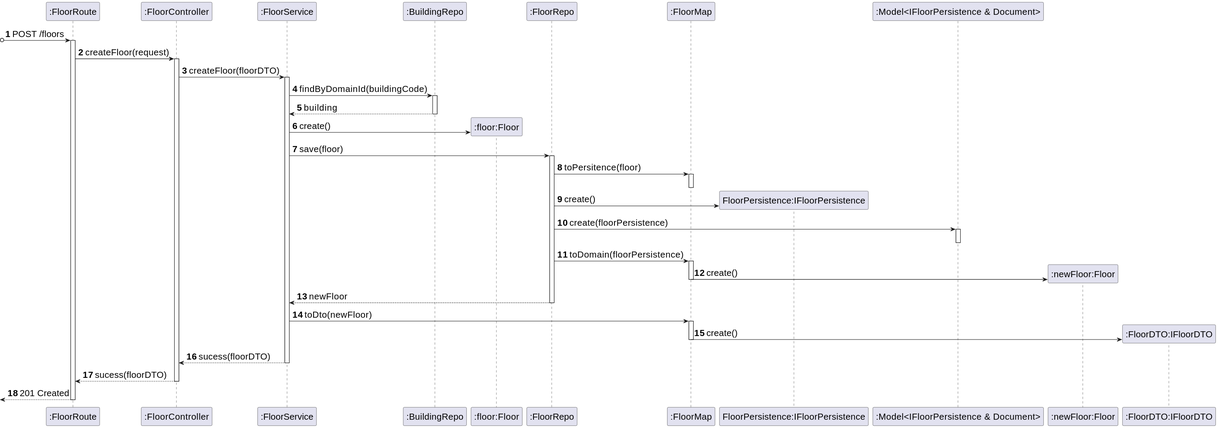
Earlier version of the PlantUML export _wiki/sprint-a/us06-200/views/level-3/assets/process-view.svg (miseEnPlace-dev/lapr5).
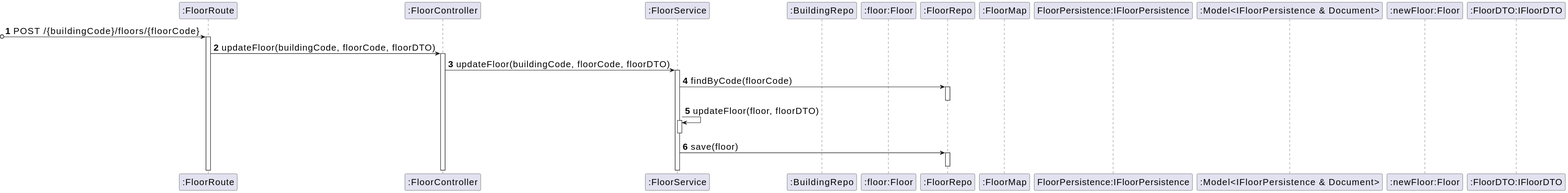
After the change.

What changed in the source:
```diff
@@ -1,53 +1,31 @@
 @startuml
 skinparamlocked defaultFontSize 20
 autonumber
-participant ROUTE as ":FloorRoute"
-participant CTRL as ":FloorController"
-participant SRV as ":FloorService"
-participant REPOBUILDING as ":BuildingRepo"
-participant FLOOR as ":floor:Floor"
-participant REPO as ":FloorRepo"
-participant MAP as ":FloorMap"
+participant route as ":FloorRoute"
+participant controller as ":FloorController"
+participant service as ":FloorService"
+participant building_repo as ":BuildingRepo"
+participant floor as ":floor:Floor"
+participant floor_repo as ":FloorRepo"
+participant map as ":FloorMap"
 participant PERS as "FloorPersistence:IFloorPersistence"
 participant MODEL as ":Model<IFloorPersistence & Document>"
 participant NBUILD as ":newFloor:Floor"
 participant DTO as ":FloorDTO:IFloorDTO"
 
-?o-> ROUTE : POST /floors
-activate ROUTE
-
-ROUTE -> CTRL : createFloor(request)
-activate CTRL
-CTRL -> SRV : createFloor(floorDTO)
-activate SRV
-SRV -> REPOBUILDING : findByDomainId(buildingCode)
-activate REPOBUILDING
-REPOBUILDING --> SRV : building
-deactivate REPOBUILDING
-SRV -> FLOOR** : create()
-SRV -> REPO : save(floor)
-activate REPO
-REPO -> MAP : toPersitence(floor)
-activate MAP
-deactivate MAP
-REPO -> PERS** : create()
-REPO -> MODEL : create(floorPersistence)
-activate MODEL
-deactivate MODEL
-REPO -> MAP : toDomain(floorPersistence)
-activate MAP
-MAP -> NBUILD** : create()
-deactivate MAP
-REPO --> SRV : newFloor
-deactivate REPO
-SRV -> MAP : toDto(newFloor)
-activate MAP
-MAP -> DTO** : create()
-deactivate MAP
-SRV --> CTRL : sucess(floorDTO)
-deactivate SRV
-CTRL --> ROUTE : sucess(floorDTO)
-deactivate CTRL
-<-- ROUTE : 201 Created
-deactivate ROUTE
+?o-> route : POST /{buildingCode}/floors/{floorCode}
+activate route
+route -> controller : updateFloor(buildingCode, floorCode, floorDTO)
+activate controller
+controller -> service : updateFloor(buildingCode, floorCode, floorDTO)
+activate service
+service -> floor_repo : findByCode(floorCode)
+activate floor_repo
+deactivate floor_repo
+service -> service : updateFloor(floor, floorDTO)
+activate service
+deactivate service
+service -> floor_repo : save(floor)
+activate floor_repo
+deactivate floor_repo
 @enduml
```
